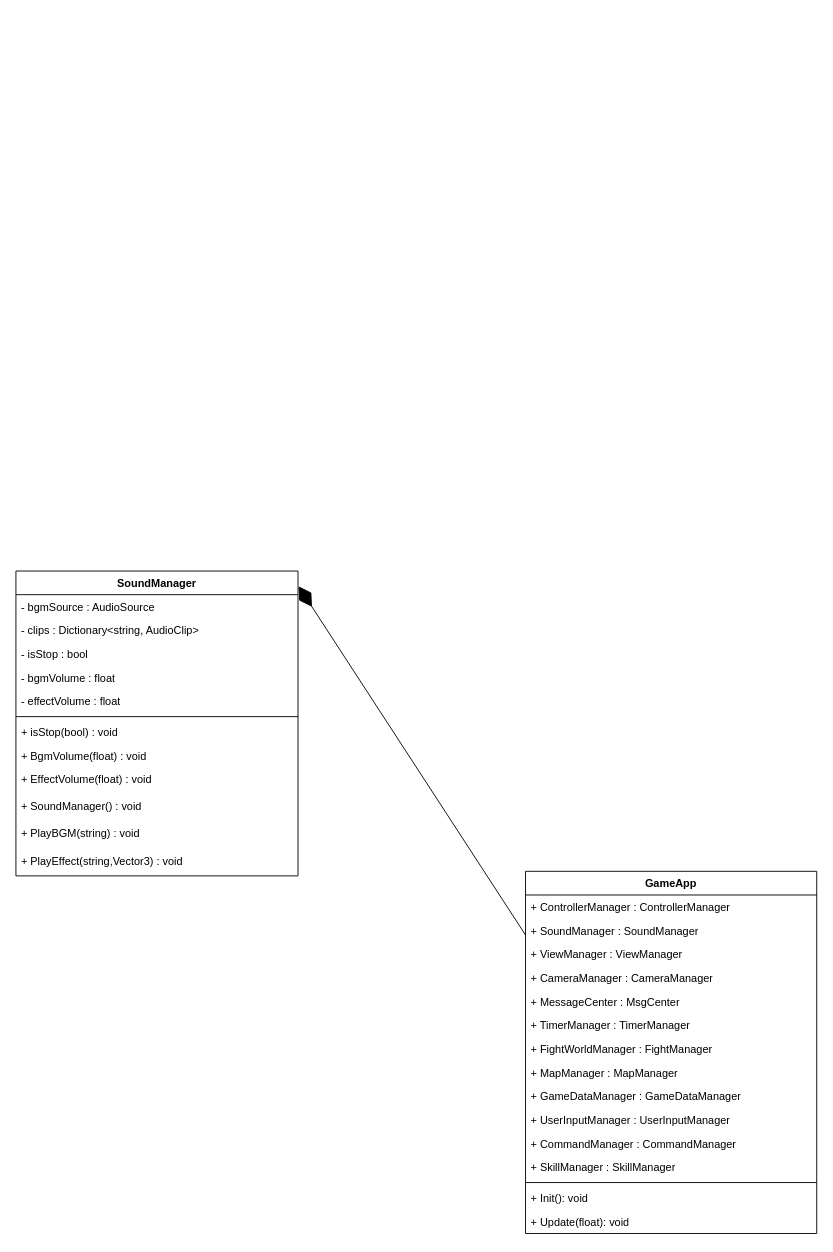
Above: BattleFlag/战旗UML.drawio in MinatoBalial/UML- (draw.io), before the change. Source tidied: cells renumbered, new cells numbered last; positions are measured from the earlier drawing's top-left corner, leaving out a move shared by most shapes. Both pictures are drawn from the tidied source at 91%, with x=0, y=0 at pixel (15, 571).
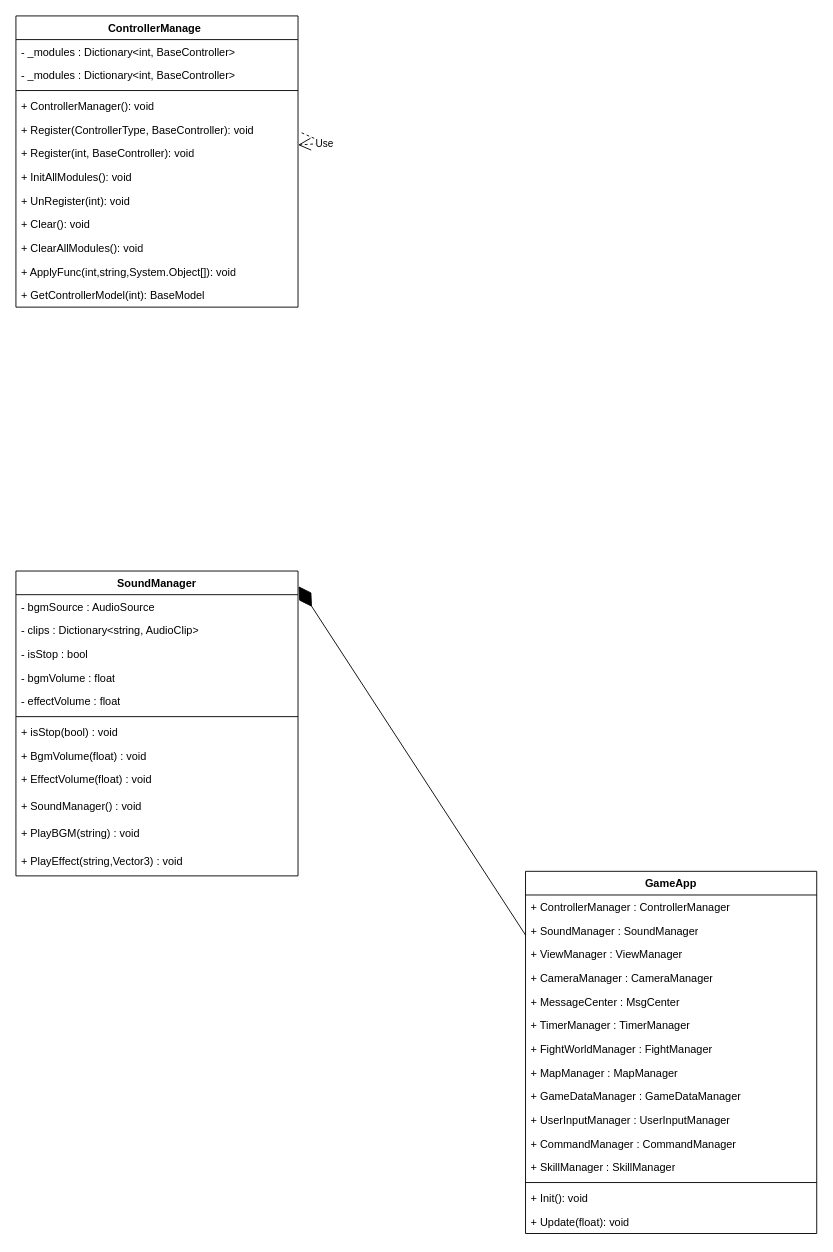
The same page after the edit.

The edit, as a diff of the source:
```diff
@@
+    <mxCell id="32" value="ControllerManage&lt;span style=&quot;white-space: pre;&quot;&gt;&#9;&lt;/span&gt;" style="swimlane;fontStyle=1;align=center;verticalAlign=top;horizontal=1;startSize=26;whiteSpace=wrap;html=1;" parent="1" vertex="1">
+      <mxGeometry y="-610" width="310" height="320" as="geometry" />
+    </mxCell>
+    <mxCell id="33" value="- _modules : Dictionary&amp;lt;int, BaseController&amp;gt;" style="text;strokeColor=none;fillColor=none;align=left;verticalAlign=top;spacingLeft=4;spacingRight=4;overflow=hidden;whiteSpace=wrap;html=1;" parent="32" vertex="1">
+      <mxGeometry y="26" width="310" height="26" as="geometry" />
+    </mxCell>
+    <mxCell id="34" value="- _modules : Dictionary&amp;lt;int, BaseController&amp;gt;" style="text;strokeColor=none;fillColor=none;align=left;verticalAlign=top;spacingLeft=4;spacingRight=4;overflow=hidden;whiteSpace=wrap;html=1;" parent="32" vertex="1">
+      <mxGeometry y="52" width="310" height="26" as="geometry" />
+    </mxCell>
+    <mxCell id="35" style="line;strokeWidth=1;fillColor=none;align=left;verticalAlign=middle;spacingTop=-1;spacingLeft=3;spacingRight=3;labelPosition=right;strokeColor=inherit;" parent="32" vertex="1">
+      <mxGeometry y="78" width="310" height="8" as="geometry" />
+    </mxCell>
+    <mxCell id="36" value="+ ControllerManager(): void" style="text;strokeColor=none;fillColor=none;align=left;verticalAlign=top;spacingLeft=4;spacingRight=4;overflow=hidden;whiteSpace=wrap;html=1;" parent="32" vertex="1">
+      <mxGeometry y="86" width="310" height="26" as="geometry" />
+    </mxCell>
+    <mxCell id="37" value="+ Register(ControllerType, BaseController): void" style="text;strokeColor=none;fillColor=none;align=left;verticalAlign=top;spacingLeft=4;spacingRight=4;overflow=hidden;points=[[0,0.5],[1,0.5]];portConstraint=eastwest;whiteSpace=wrap;html=1;" parent="32" vertex="1">
+      <mxGeometry y="112" width="310" height="26" as="geometry" />
+    </mxCell>
+    <mxCell id="38" value="+ Register(int, BaseController): void" style="text;strokeColor=none;fillColor=none;align=left;verticalAlign=top;spacingLeft=4;spacingRight=4;overflow=hidden;points=[[0,0.5],[1,0.5]];portConstraint=eastwest;whiteSpace=wrap;html=1;" parent="32" vertex="1">
+      <mxGeometry y="138" width="310" height="26" as="geometry" />
+    </mxCell>
+    <mxCell id="39" value="+ InitAllModules(): void" style="text;strokeColor=none;fillColor=none;align=left;verticalAlign=top;spacingLeft=4;spacingRight=4;overflow=hidden;whiteSpace=wrap;html=1;" parent="32" vertex="1">
+      <mxGeometry y="164" width="310" height="26" as="geometry" />
+    </mxCell>
+    <mxCell id="40" value="+ UnRegister(int): void" style="text;strokeColor=none;fillColor=none;align=left;verticalAlign=top;spacingLeft=4;spacingRight=4;overflow=hidden;whiteSpace=wrap;html=1;" parent="32" vertex="1">
+      <mxGeometry y="190" width="310" height="26" as="geometry" />
+    </mxCell>
+    <mxCell id="41" value="+ Clear(): void" style="text;strokeColor=none;fillColor=none;align=left;verticalAlign=top;spacingLeft=4;spacingRight=4;overflow=hidden;whiteSpace=wrap;html=1;" parent="32" vertex="1">
+      <mxGeometry y="216" width="310" height="26" as="geometry" />
+    </mxCell>
+    <mxCell id="42" value="+ ClearAllModules(): void" style="text;strokeColor=none;fillColor=none;align=left;verticalAlign=top;spacingLeft=4;spacingRight=4;overflow=hidden;whiteSpace=wrap;html=1;" parent="32" vertex="1">
+      <mxGeometry y="242" width="310" height="26" as="geometry" />
+    </mxCell>
+    <mxCell id="43" value="+ ApplyFunc(int,string,System.Object[]): void" style="text;strokeColor=none;fillColor=none;align=left;verticalAlign=top;spacingLeft=4;spacingRight=4;overflow=hidden;whiteSpace=wrap;html=1;" parent="32" vertex="1">
+      <mxGeometry y="268" width="310" height="26" as="geometry" />
+    </mxCell>
+    <mxCell id="44" value="+ GetControllerModel(int): BaseModel" style="text;strokeColor=none;fillColor=none;align=left;verticalAlign=top;spacingLeft=4;spacingRight=4;overflow=hidden;whiteSpace=wrap;html=1;" parent="32" vertex="1">
+      <mxGeometry y="294" width="310" height="26" as="geometry" />
+    </mxCell>
+    <mxCell id="45" value="Use" style="endArrow=open;endSize=12;dashed=1;html=1;rounded=0;exitX=1.013;exitY=0.632;exitDx=0;exitDy=0;exitPerimeter=0;" parent="32" edge="1" source="37" target="38">
+      <mxGeometry relative="1" as="geometry">
+        <Array as="points">
+          <mxPoint x="340" y="140" />
+        </Array>
+      </mxGeometry>
+    </mxCell>
```
